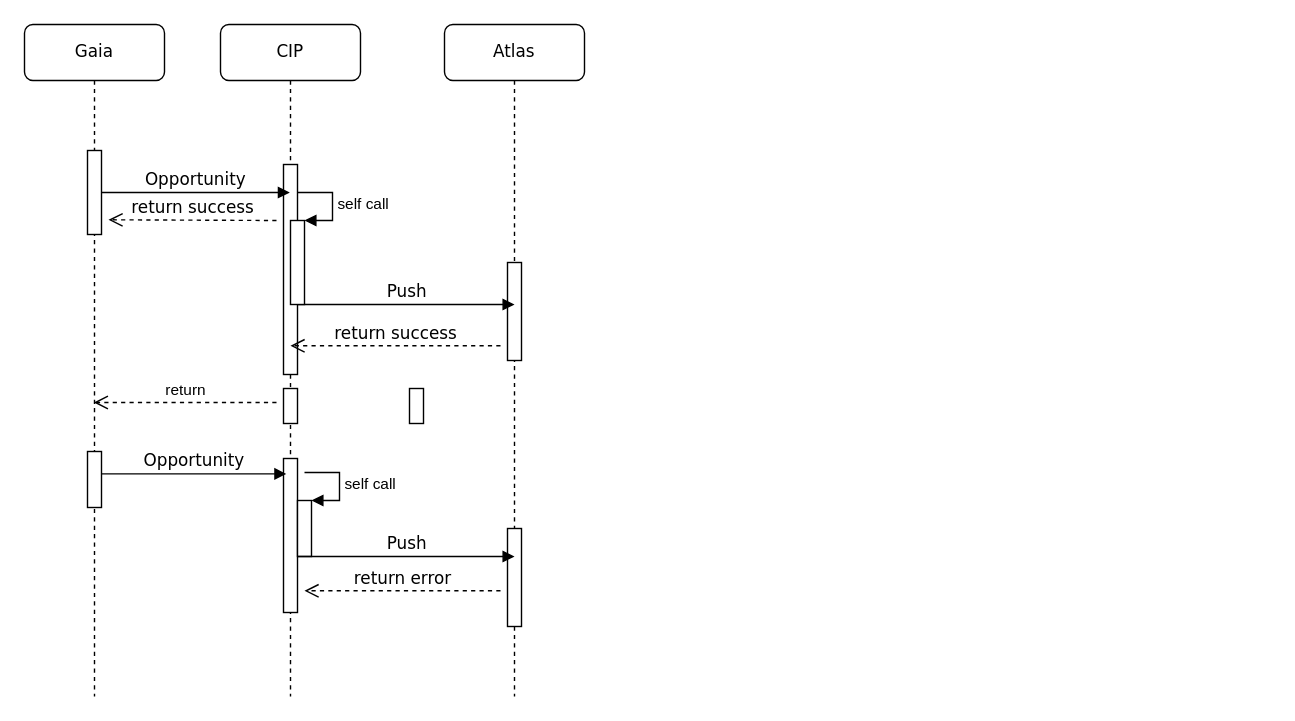
Above: Untitled Diagram (2).drawio in litianzhong/stardic (draw.io), before the change. Source tidied: cells renumbered, new cells numbered last; positions are measured from the earlier drawing's top-left corner, leaving out a move shared by most shapes. Both pictures are drawn from the tidied source at 140%, with x=0, y=0 at pixel (24, 24).
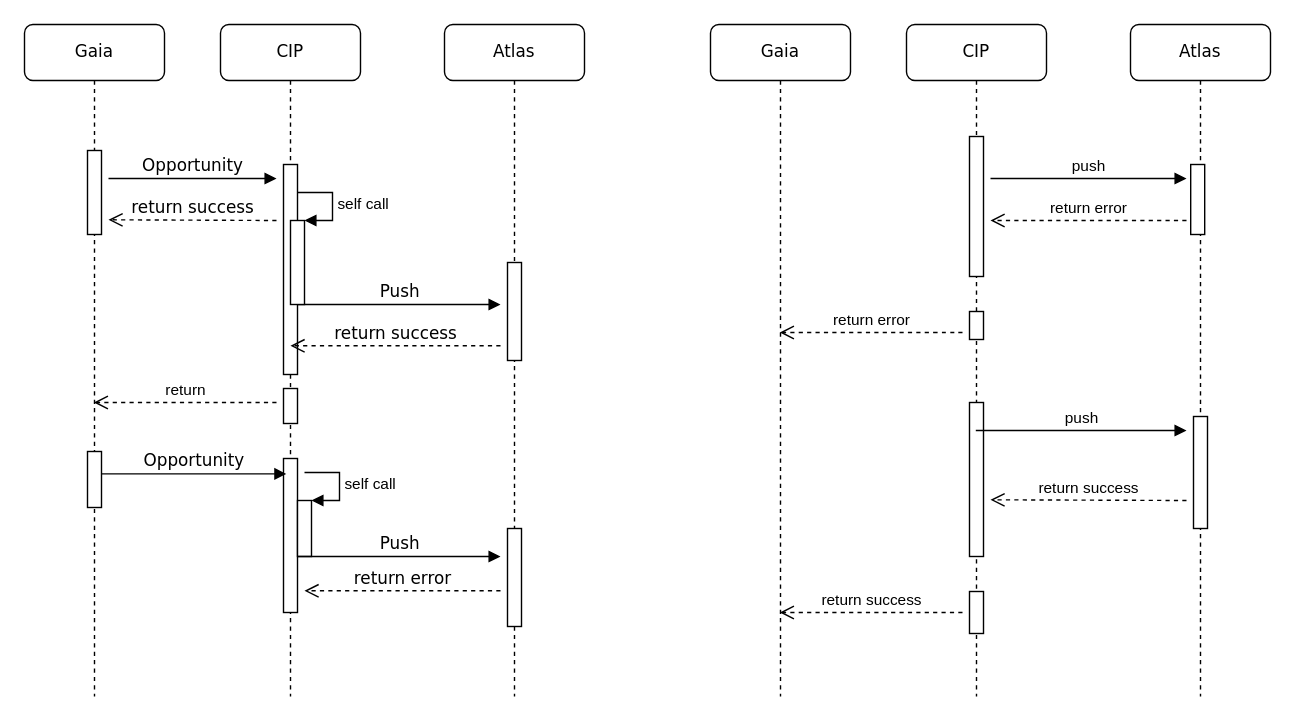
Above is the later version.

Unchanged cells that the change refers to:
```xml
<mxCell id="2" value="CIP" style="shape=umlLifeline;perimeter=lifelinePerimeter;whiteSpace=wrap;html=1;outlineConnect=0;rounded=1;shadow=0;comic=0;labelBackgroundColor=none;strokeColor=#000000;strokeWidth=1;fillColor=#FFFFFF;fontFamily=Verdana;fontSize=12;fontColor=#000000;align=center;" parent="1" vertex="1">
  <mxGeometry x="140" width="100" height="480" as="geometry" />
</mxCell>
<mxCell id="13" style="html=1;points=[];perimeter=orthogonalPerimeter;rounded=0;shadow=0;comic=0;labelBackgroundColor=none;strokeColor=#000000;strokeWidth=1;fillColor=#FFFFFF;fontFamily=Verdana;fontSize=12;fontColor=#000000;align=center;" parent="12" vertex="1">
  <mxGeometry x="45" y="90" width="10" height="60" as="geometry" />
</mxCell>
```

Change to the diagram source:
```diff
@@
-    <mxCell id="8" style="html=1;perimeter=orthogonalPerimeter;" parent="2" vertex="1">
-      <mxGeometry x="135" y="260" width="10" height="25" as="geometry" />
-    </mxCell>
@@
-    <mxCell id="14" value="Opportunity" style="html=1;verticalAlign=bottom;endArrow=block;labelBackgroundColor=none;fontFamily=Verdana;fontSize=12;edgeStyle=elbowEdgeStyle;elbow=vertical;" parent="1" edge="1" source="13" target="2">
-      <mxGeometry relative="1" as="geometry" />
+    <mxCell id="14" value="Opportunity" style="html=1;verticalAlign=bottom;endArrow=block;labelBackgroundColor=none;fontFamily=Verdana;fontSize=12;edgeStyle=elbowEdgeStyle;elbow=vertical;" parent="1" edge="1">
+      <mxGeometry relative="1" as="geometry">
+        <mxPoint x="60" y="110" as="sourcePoint" />
+        <mxPoint x="180" y="110" as="targetPoint" />
+        <Array as="points">
+          <mxPoint x="120" y="110" />
+        </Array>
+      </mxGeometry>
     </mxCell>
     <mxCell id="15" value="Push" style="html=1;verticalAlign=bottom;endArrow=block;labelBackgroundColor=none;fontFamily=Verdana;fontSize=12;edgeStyle=elbowEdgeStyle;elbow=vertical;" parent="1" edge="1">
       <mxGeometry relative="1" as="geometry">
         <mxPoint x="195" y="200" as="sourcePoint" />
-        <mxPoint x="350" y="200" as="targetPoint" />
+        <mxPoint x="340" y="200" as="targetPoint" />
         <Array as="points">
           <mxPoint x="260" y="200" />
         </Array>
       </mxGeometry>
     </mxCell>
@@
     <mxCell id="18" value="Push" style="html=1;verticalAlign=bottom;endArrow=block;labelBackgroundColor=none;fontFamily=Verdana;fontSize=12;edgeStyle=elbowEdgeStyle;elbow=vertical;" parent="1" edge="1">
       <mxGeometry relative="1" as="geometry">
         <mxPoint x="195" y="380" as="sourcePoint" />
-        <mxPoint x="350" y="380" as="targetPoint" />
+        <mxPoint x="340" y="380" as="targetPoint" />
         <Array as="points">
           <mxPoint x="270" y="380" />
         </Array>
       </mxGeometry>
     </mxCell>
@@
+    <mxCell id="25" value="CIP" style="shape=umlLifeline;perimeter=lifelinePerimeter;whiteSpace=wrap;html=1;outlineConnect=0;rounded=1;shadow=0;comic=0;labelBackgroundColor=none;strokeColor=#000000;strokeWidth=1;fillColor=#FFFFFF;fontFamily=Verdana;fontSize=12;fontColor=#000000;align=center;" parent="1" vertex="1">
+      <mxGeometry x="630" width="100" height="480" as="geometry" />
+    </mxCell>
+    <mxCell id="26" style="html=1;perimeter=orthogonalPerimeter;rounded=0;shadow=0;comic=0;labelBackgroundColor=none;strokeColor=#000000;strokeWidth=1;fillColor=#FFFFFF;fontFamily=Verdana;fontSize=12;fontColor=#000000;align=center;" parent="25" vertex="1">
+      <mxGeometry x="45" y="80" width="10" height="100" as="geometry" />
+    </mxCell>
+    <mxCell id="27" value="push" style="html=1;verticalAlign=bottom;endArrow=block;" parent="25" edge="1">
+      <mxGeometry relative="1" as="geometry">
+        <mxPoint x="60" y="110" as="sourcePoint" />
+        <mxPoint x="200" y="110" as="targetPoint" />
+      </mxGeometry>
+    </mxCell>
+    <mxCell id="28" value="return error" style="html=1;verticalAlign=bottom;endArrow=open;dashed=1;endSize=8;" parent="25" edge="1">
+      <mxGeometry relative="1" as="geometry">
+        <mxPoint x="200" y="140" as="sourcePoint" />
+        <mxPoint x="60" y="140" as="targetPoint" />
+      </mxGeometry>
+    </mxCell>
+    <mxCell id="29" style="html=1;perimeter=orthogonalPerimeter;" parent="25" vertex="1">
+      <mxGeometry x="45" y="205" width="10" height="20" as="geometry" />
+    </mxCell>
+    <mxCell id="30" style="html=1;perimeter=orthogonalPerimeter;" parent="25" vertex="1">
+      <mxGeometry x="45" y="270" width="10" height="110" as="geometry" />
+    </mxCell>
+    <mxCell id="31" value="push" style="html=1;verticalAlign=bottom;endArrow=block;" parent="25" edge="1" source="25">
+      <mxGeometry relative="1" as="geometry">
+        <mxPoint x="200" y="290" as="targetPoint" />
+      </mxGeometry>
+    </mxCell>
+    <mxCell id="32" style="html=1;perimeter=orthogonalPerimeter;" parent="25" vertex="1">
+      <mxGeometry x="45" y="405" width="10" height="30" as="geometry" />
+    </mxCell>
+    <mxCell id="33" value="Atlas" style="shape=umlLifeline;perimeter=lifelinePerimeter;whiteSpace=wrap;html=1;rounded=1;shadow=0;comic=0;labelBackgroundColor=none;strokeColor=#000000;strokeWidth=1;fillColor=#FFFFFF;fontFamily=Verdana;fontSize=12;fontColor=#000000;align=center;" parent="1" vertex="1">
+      <mxGeometry x="790" width="100" height="480" as="geometry" />
+    </mxCell>
+    <mxCell id="34" style="html=1;perimeter=orthogonalPerimeter;" parent="33" vertex="1">
+      <mxGeometry x="43" y="100" width="10" height="50" as="geometry" />
+    </mxCell>
+    <mxCell id="35" style="html=1;perimeter=orthogonalPerimeter;" parent="33" vertex="1">
+      <mxGeometry x="45" y="280" width="10" height="80" as="geometry" />
+    </mxCell>
+    <mxCell id="36" value="Gaia" style="shape=umlLifeline;perimeter=lifelinePerimeter;whiteSpace=wrap;html=1;outlineConnect=0;rounded=1;shadow=0;comic=0;labelBackgroundColor=none;strokeColor=#000000;strokeWidth=1;fillColor=#FFFFFF;fontFamily=Verdana;fontSize=12;fontColor=#000000;align=center;" parent="1" vertex="1">
+      <mxGeometry x="490" width="100" height="480" as="geometry" />
+    </mxCell>
+    <mxCell id="37" value="return error" style="html=1;verticalAlign=bottom;endArrow=open;dashed=1;endSize=8;" parent="1" edge="1" target="36">
+      <mxGeometry relative="1" as="geometry">
+        <mxPoint x="670" y="220" as="sourcePoint" />
+        <Array as="points">
+          <mxPoint x="660" y="220" />
+        </Array>
+      </mxGeometry>
+    </mxCell>
+    <mxCell id="38" value="return success" style="html=1;verticalAlign=bottom;endArrow=open;dashed=1;endSize=8;" parent="1" edge="1">
+      <mxGeometry relative="1" as="geometry">
+        <mxPoint x="830" y="340" as="sourcePoint" />
+        <mxPoint x="690" y="339.5" as="targetPoint" />
+      </mxGeometry>
+    </mxCell>
+    <mxCell id="39" value="return success" style="html=1;verticalAlign=bottom;endArrow=open;dashed=1;endSize=8;" parent="1" edge="1" target="36">
+      <mxGeometry relative="1" as="geometry">
+        <mxPoint x="670" y="420" as="sourcePoint" />
+      </mxGeometry>
+    </mxCell>
```
